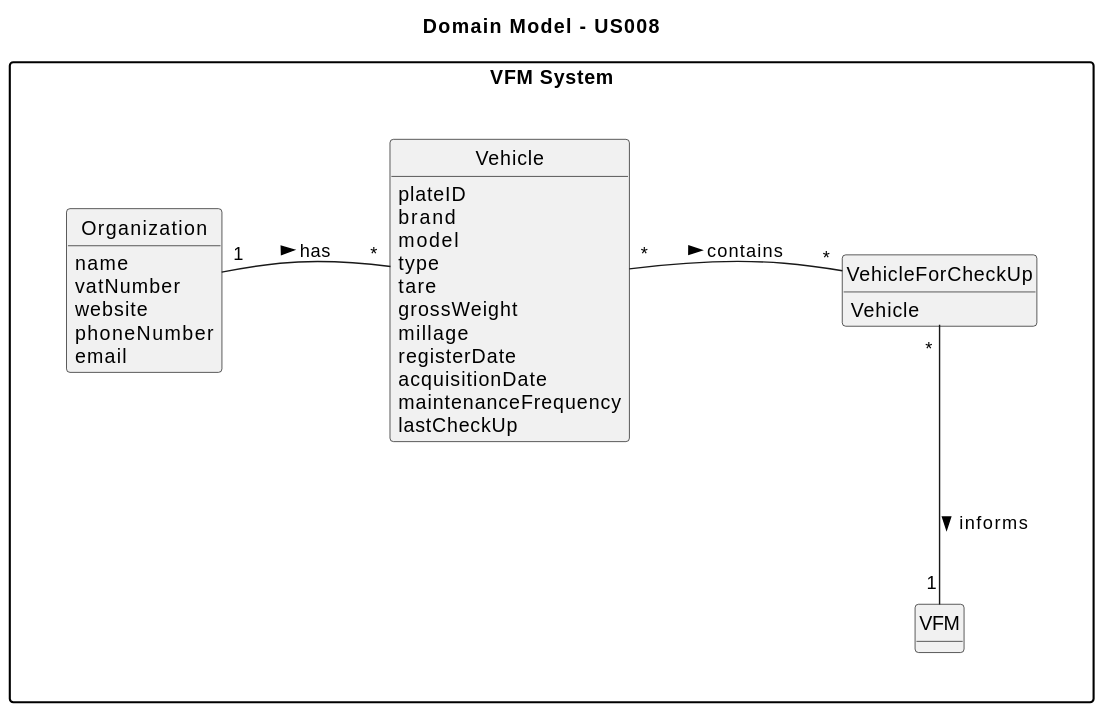
SAEmanuel/Green_Spaces_Management_ISEP keeps this PlantUML diagram as docs/sprintB/us008/02.analysis/svg/us008-domain-model-Domain_Model___US008.svg. Above is the earlier version.
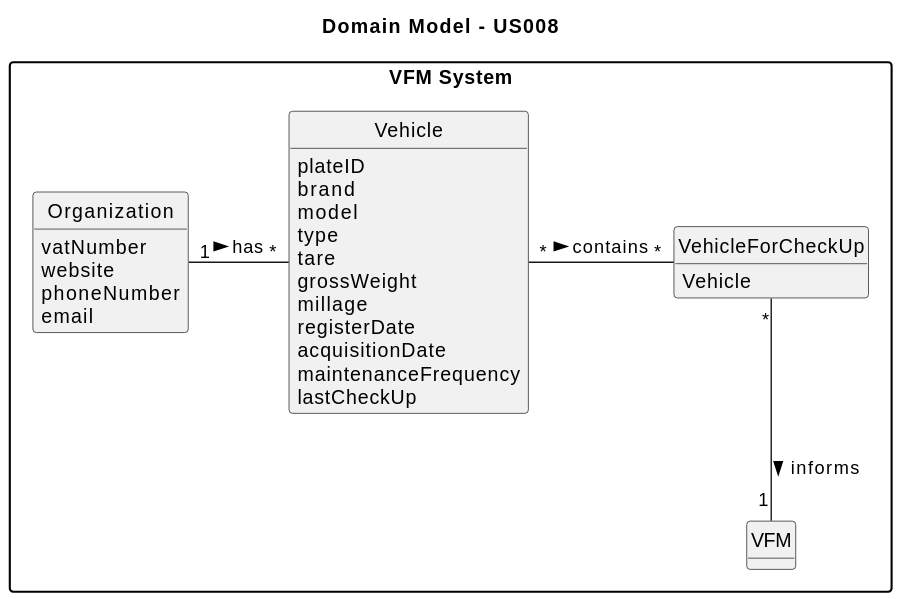
Above is the later version.

What changed in the source:
```diff
@@ -34,7 +34,6 @@
 }
 
 class Organization {
-name
 vatNumber
 website
 phoneNumber
```
